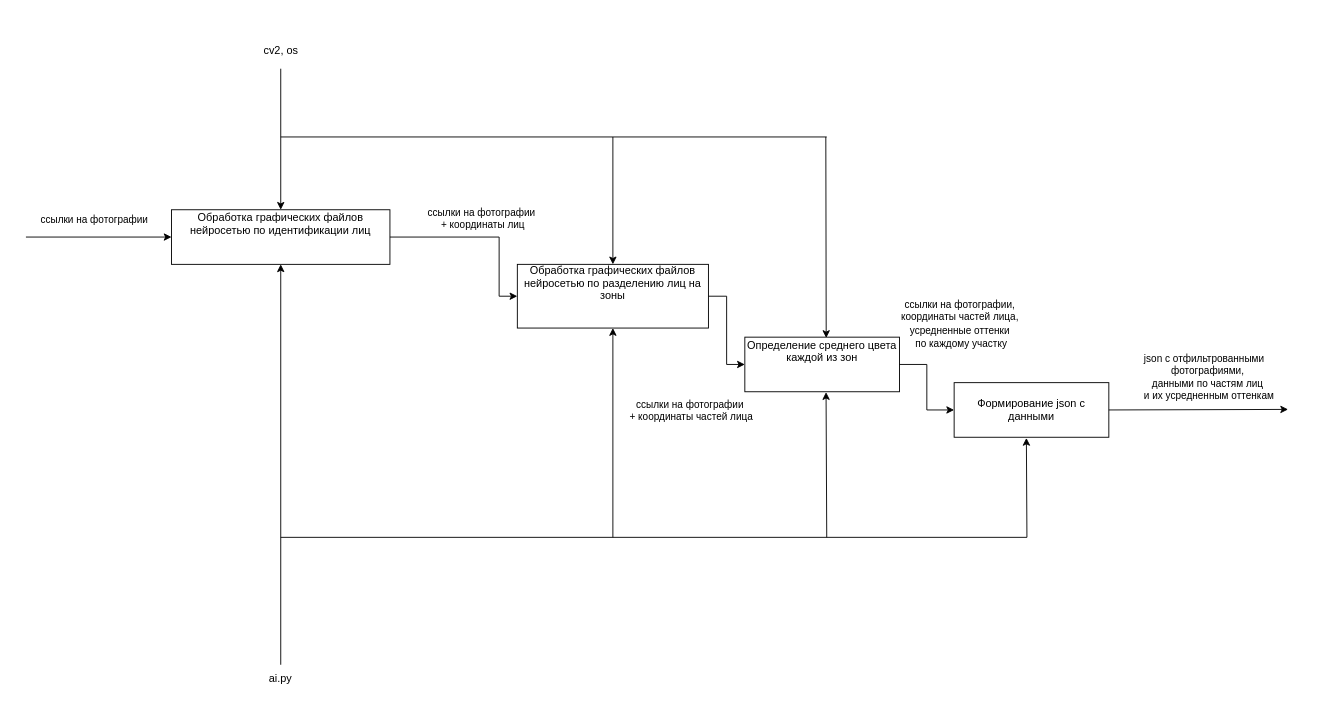
The draw.io diagram page "Обработка фото нейросетями (С1)" (5 of 6) of documentation/Диаграмма без названия.drawio in DashaTkach/Project, before the edit. Source tidied: cells renumbered, new cells numbered last; positions are measured from the earlier drawing's top-left corner, leaving out a move shared by most shapes. Both pictures are drawn from the tidied source at 91%, with x=0, y=0 at pixel (25, 36).
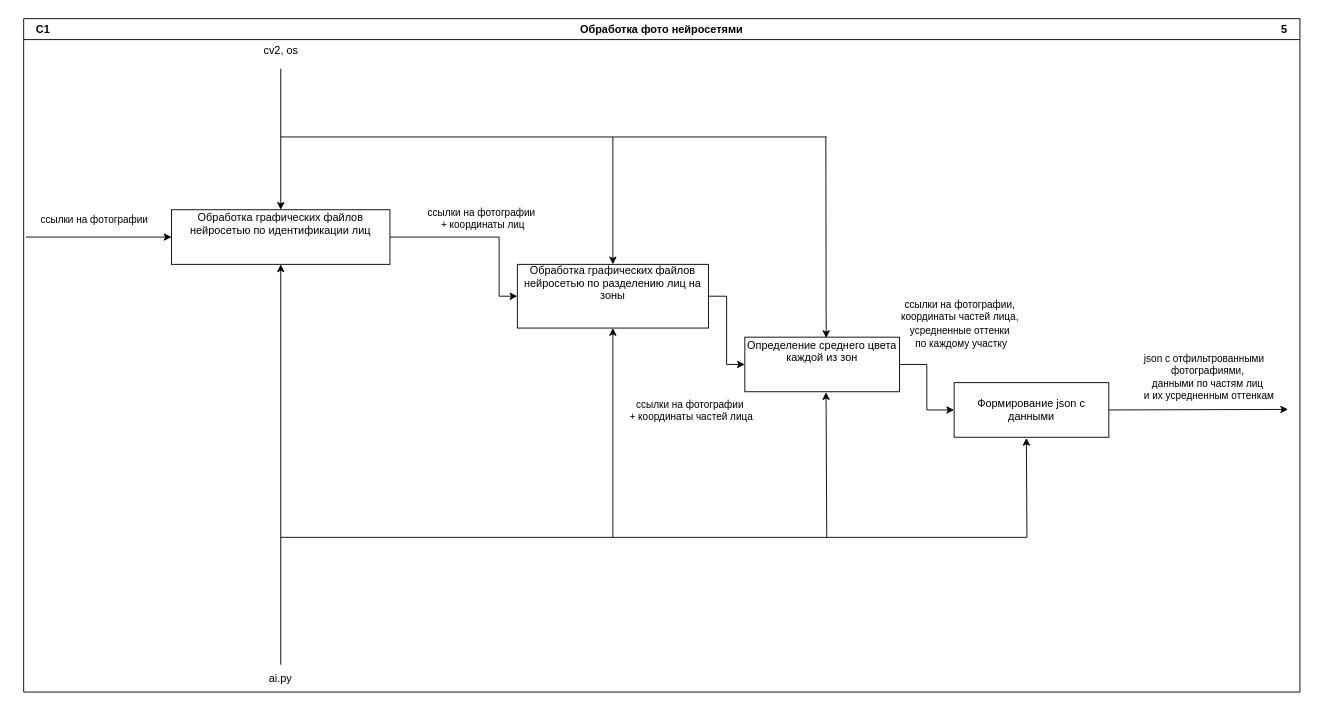
Above is the later version.

Diff of the diagram source:
```diff
@@
+    <mxCell id="27" value="Обработка фото нейросетями" style="swimlane;" parent="1" vertex="1">
+      <mxGeometry x="-2.5" y="-20" width="1402.5" height="740" as="geometry" />
+    </mxCell>
+    <mxCell id="28" value="&lt;b&gt;C1&lt;/b&gt;" style="text;html=1;align=center;verticalAlign=middle;whiteSpace=wrap;rounded=0;" parent="27" vertex="1">
+      <mxGeometry x="-8.5" y="-3" width="60" height="30" as="geometry" />
+    </mxCell>
+    <mxCell id="29" value="&lt;b&gt;5&lt;/b&gt;" style="text;html=1;align=center;verticalAlign=middle;whiteSpace=wrap;rounded=0;" parent="27" vertex="1">
+      <mxGeometry x="1355.5" y="-3" width="60" height="30" as="geometry" />
+    </mxCell>
```
